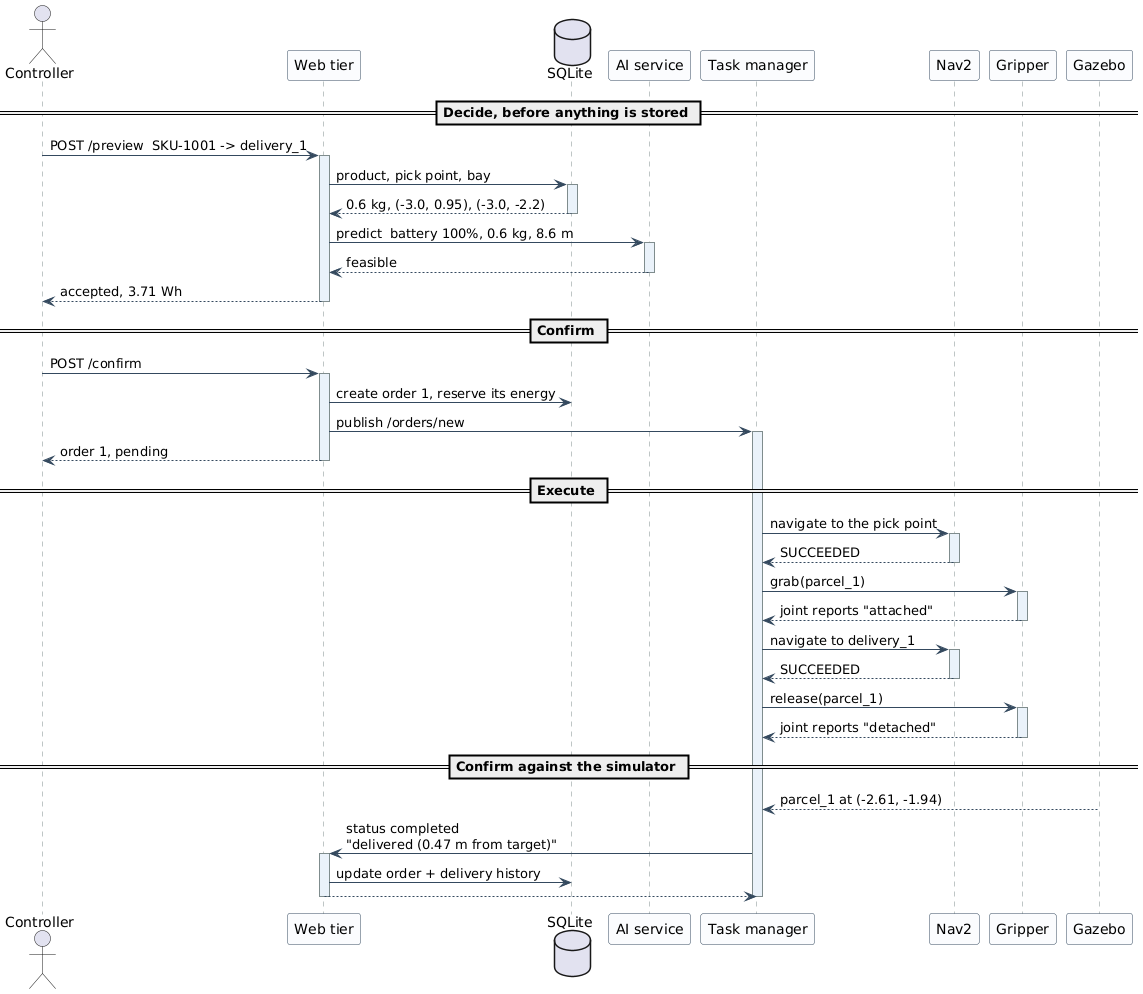
Before: report/Figures/03-sequence-order-success.png, a diagram exported from PlantUML (ArianShafagh/robofetch).
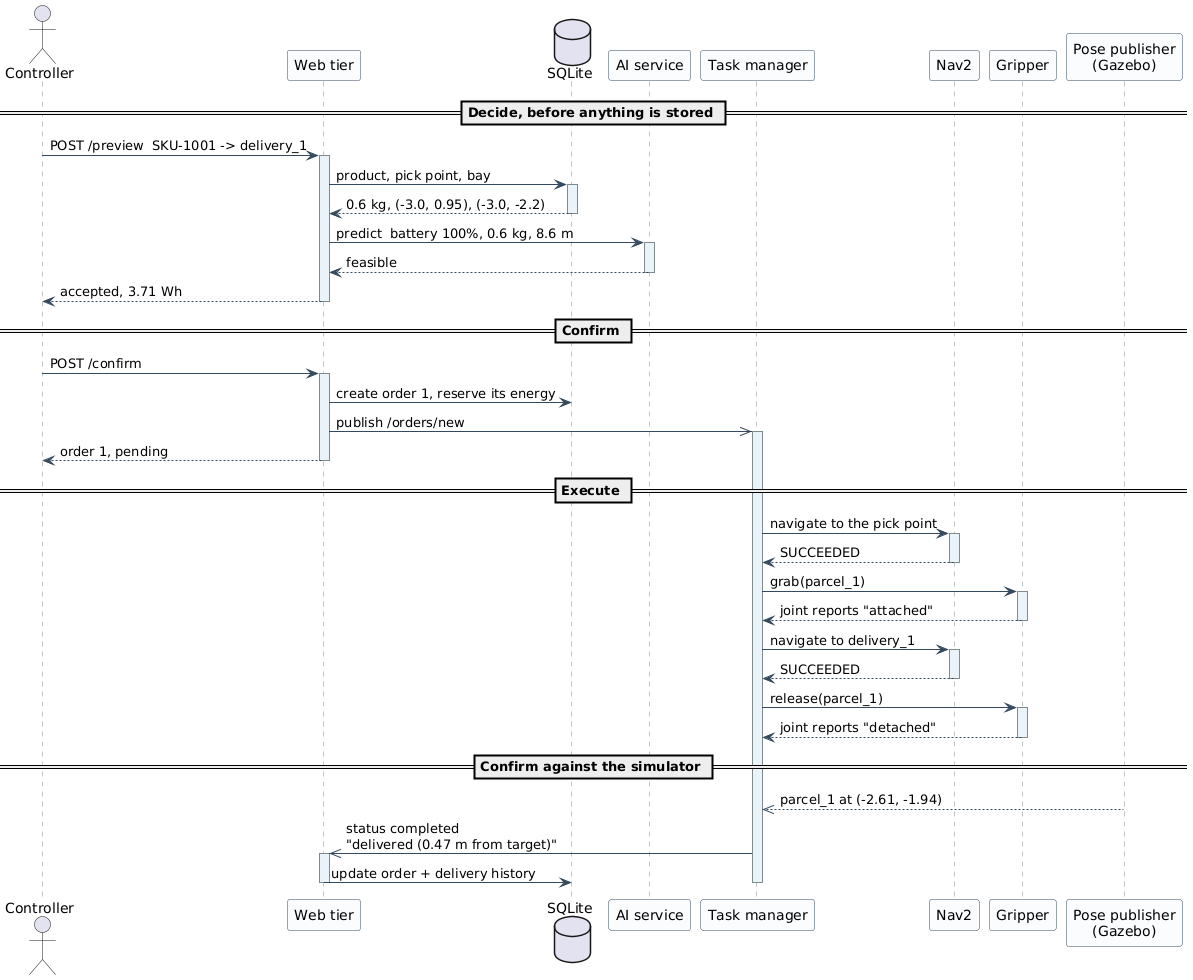
Later version of the same file.

Commit message:
Sequence diagrams: remove a reply that does not exist, and fix arrowheads

What changed in the source:
```diff
@@ -17,7 +17,7 @@
 participant "Task manager" as TM
 participant "Nav2" as NAV
 participant "Gripper" as GR
-participant "Gazebo" as GZ
+participant "Pose publisher\n(Gazebo)" as GZ
 
 == Decide, before anything is stored ==
 C -> API ++ : POST /preview  SKU-1001 -> delivery_1
@@ -30,7 +30,7 @@
 == Confirm ==
 C -> API ++ : POST /confirm
 API -> DB : create order 1, reserve its energy
-API -> TM ++ : publish /orders/new
+API ->> TM ++ : publish /orders/new
 API --> C -- : order 1, pending
 
 == Execute ==
@@ -44,10 +44,11 @@
 GR --> TM -- : joint reports "detached"
 
 == Confirm against the simulator ==
-GZ --> TM : parcel_1 at (-2.61, -1.94)
-TM -> API ++ : status completed\n"delivered (0.47 m from target)"
+GZ -->> TM : parcel_1 at (-2.61, -1.94)
+TM ->> API : status completed\n"delivered (0.47 m from target)"
+activate API
 API -> DB : update order + delivery history
-API --> TM --
+deactivate API
 deactivate TM
 
 @enduml
```
